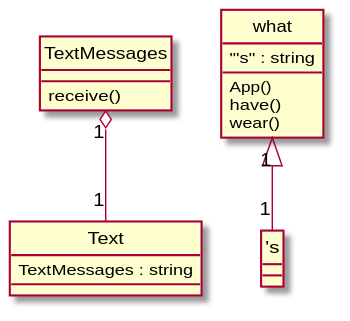
xixixhalu/DomainModelExtractor keeps this PlantUML diagram as Diagrams/2016-USC-Project09.svg. Above is the earlier version. Source of this version:
```plantuml
@startuml
hide circle
class Text {
	TextMessages : string
}
class what {
	"'s" : string
	App()
	have()
	wear()
}
class TextMessages {
	receive()
}
TextMessages "1" o-- "1" Text
what "1" <|-- "1" "'s"
@enduml
```
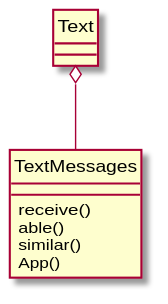
After the commit.

Change to the diagram source:
```diff
@@ -1,17 +1,12 @@
 @startuml
 hide circle
 class Text {
-	TextMessages : string
-}
-class what {
-	"'s" : string
-	App()
-	have()
-	wear()
 }
 class TextMessages {
 	receive()
+	able()
+	similar()
+	App()
 }
-TextMessages "1" o-- "1" Text
-what "1" <|-- "1" "'s"
+Text o-- TextMessages
 @enduml
```
